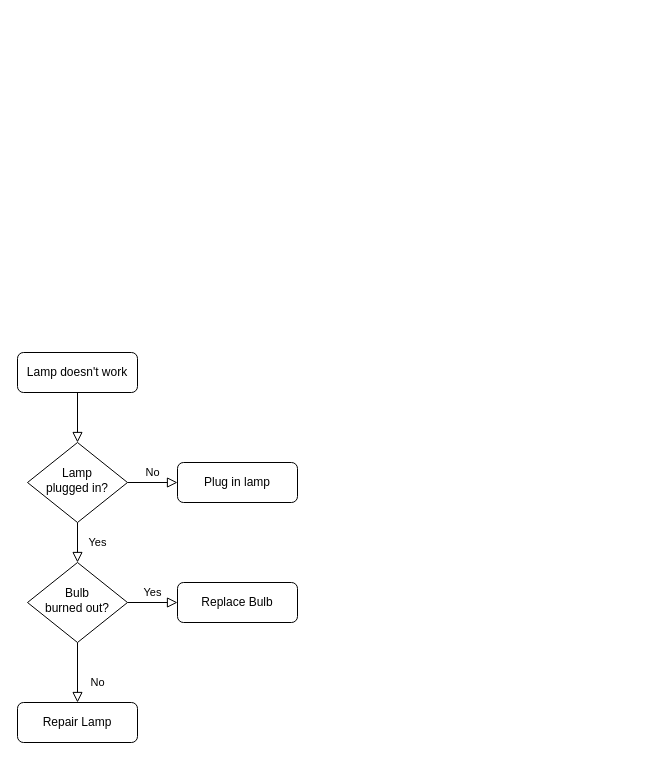
SamMachariaPhD/modeling_and_simulation keeps this draw.io diagram as modeling_simulation.drawio. Above is the earlier version. Source tidied: cells renumbered, new cells numbered last; positions are measured from the earlier drawing's top-left corner, leaving out a move shared by most shapes. Both pictures are drawn from the tidied source at 100%, with x=0, y=0 at pixel (17, 352).
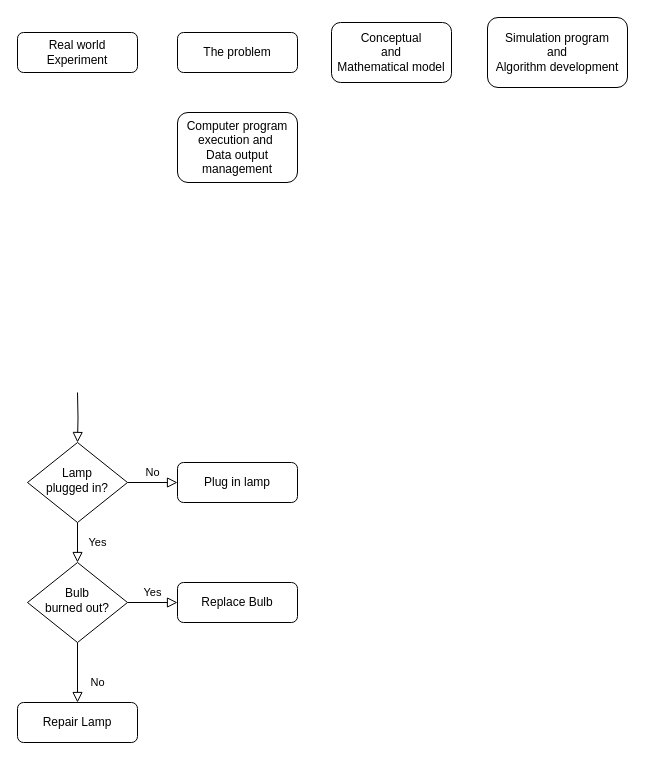
After the change.

Change to the diagram source:
```diff
@@
 <mxGraphModel>
   <root>
     <mxCell id="0" />
     <mxCell id="1" parent="0" />
-    <mxCell id="2" style="rounded=0;html=1;jettySize=auto;fontSize=11;endArrow=block;endFill=0;endSize=8;strokeWidth=1;shadow=0;labelBackgroundColor=none;edgeStyle=orthogonalEdgeStyle;" parent="1" edge="1" source="3" target="6">
-      <mxGeometry relative="1" as="geometry" />
+    <mxCell id="2" style="rounded=0;html=1;jettySize=auto;fontSize=11;endArrow=block;endFill=0;endSize=8;strokeWidth=1;shadow=0;labelBackgroundColor=none;edgeStyle=orthogonalEdgeStyle;" parent="1" edge="1" target="6">
+      <mxGeometry relative="1" as="geometry">
+        <mxPoint x="60" y="40" as="sourcePoint" />
+      </mxGeometry>
     </mxCell>
-    <mxCell id="3" value="Lamp doesn't work" style="rounded=1;whiteSpace=wrap;html=1;fontSize=12;glass=0;strokeWidth=1;shadow=0;" parent="1" vertex="1">
-      <mxGeometry width="120" height="40" as="geometry" />
+    <mxCell id="3" value="Real world&lt;br&gt;Experiment" style="rounded=1;whiteSpace=wrap;html=1;fontSize=12;glass=0;strokeWidth=1;shadow=0;" parent="1" vertex="1">
+      <mxGeometry y="-320" width="120" height="40" as="geometry" />
     </mxCell>
     <mxCell id="4" value="Yes" style="rounded=0;html=1;jettySize=auto;fontSize=11;endArrow=block;endFill=0;endSize=8;strokeWidth=1;shadow=0;labelBackgroundColor=none;edgeStyle=orthogonalEdgeStyle;" parent="1" edge="1" source="6" target="10">
       <mxGeometry y="20" relative="1" as="geometry" />
     </mxCell>
     <mxCell id="5" value="No" style="edgeStyle=orthogonalEdgeStyle;rounded=0;html=1;jettySize=auto;fontSize=11;endArrow=block;endFill=0;endSize=8;strokeWidth=1;shadow=0;labelBackgroundColor=none;" parent="1" edge="1" source="6" target="7">
       <mxGeometry y="10" relative="1" as="geometry" />
     </mxCell>
     <mxCell id="6" value="Lamp&lt;br&gt;plugged in?" style="rhombus;whiteSpace=wrap;html=1;shadow=0;fontFamily=Helvetica;fontSize=12;align=center;strokeWidth=1;spacing=6;spacingTop=-4;" parent="1" vertex="1">
       <mxGeometry x="10" y="90" width="100" height="80" as="geometry" />
     </mxCell>
     <mxCell id="7" value="Plug in lamp" style="rounded=1;whiteSpace=wrap;html=1;fontSize=12;glass=0;strokeWidth=1;shadow=0;" parent="1" vertex="1">
       <mxGeometry x="160" y="110" width="120" height="40" as="geometry" />
     </mxCell>
     <mxCell id="8" value="No" style="rounded=0;html=1;jettySize=auto;fontSize=11;endArrow=block;endFill=0;endSize=8;strokeWidth=1;shadow=0;labelBackgroundColor=none;edgeStyle=orthogonalEdgeStyle;" parent="1" edge="1" source="10" target="11">
       <mxGeometry x="0.33" y="20" relative="1" as="geometry" />
     </mxCell>
     <mxCell id="9" value="Yes" style="edgeStyle=orthogonalEdgeStyle;rounded=0;html=1;jettySize=auto;fontSize=11;endArrow=block;endFill=0;endSize=8;strokeWidth=1;shadow=0;labelBackgroundColor=none;" parent="1" edge="1" source="10" target="12">
       <mxGeometry y="10" relative="1" as="geometry" />
     </mxCell>
     <mxCell id="10" value="Bulb&lt;br&gt;burned out?" style="rhombus;whiteSpace=wrap;html=1;shadow=0;fontFamily=Helvetica;fontSize=12;align=center;strokeWidth=1;spacing=6;spacingTop=-4;" parent="1" vertex="1">
       <mxGeometry x="10" y="210" width="100" height="80" as="geometry" />
     </mxCell>
     <mxCell id="11" value="Repair Lamp" style="rounded=1;whiteSpace=wrap;html=1;fontSize=12;glass=0;strokeWidth=1;shadow=0;" parent="1" vertex="1">
       <mxGeometry y="350" width="120" height="40" as="geometry" />
     </mxCell>
     <mxCell id="12" value="Replace Bulb" style="rounded=1;whiteSpace=wrap;html=1;fontSize=12;glass=0;strokeWidth=1;shadow=0;" parent="1" vertex="1">
       <mxGeometry x="160" y="230" width="120" height="40" as="geometry" />
     </mxCell>
+    <mxCell id="13" value="The problem" style="rounded=1;whiteSpace=wrap;html=1;fontSize=12;glass=0;strokeWidth=1;shadow=0;" parent="1" vertex="1">
+      <mxGeometry x="160" y="-320" width="120" height="40" as="geometry" />
+    </mxCell>
+    <mxCell id="14" value="Conceptual &lt;br&gt;and&lt;br&gt;Mathematical model" style="rounded=1;whiteSpace=wrap;html=1;fontSize=12;glass=0;strokeWidth=1;shadow=0;" parent="1" vertex="1">
+      <mxGeometry x="314" y="-330" width="120" height="60" as="geometry" />
+    </mxCell>
+    <mxCell id="15" value="Simulation program &lt;br&gt;and&lt;br&gt;Algorithm development" style="rounded=1;whiteSpace=wrap;html=1;fontSize=12;glass=0;strokeWidth=1;shadow=0;" parent="1" vertex="1">
+      <mxGeometry x="470" y="-335" width="140" height="70" as="geometry" />
+    </mxCell>
+    <mxCell id="16" value="Computer program execution and&amp;nbsp;&lt;br&gt;Data output management" style="rounded=1;whiteSpace=wrap;html=1;fontSize=12;glass=0;strokeWidth=1;shadow=0;" parent="1" vertex="1">
+      <mxGeometry x="160" y="-240" width="120" height="70" as="geometry" />
+    </mxCell>
   </root>
 </mxGraphModel>
```
